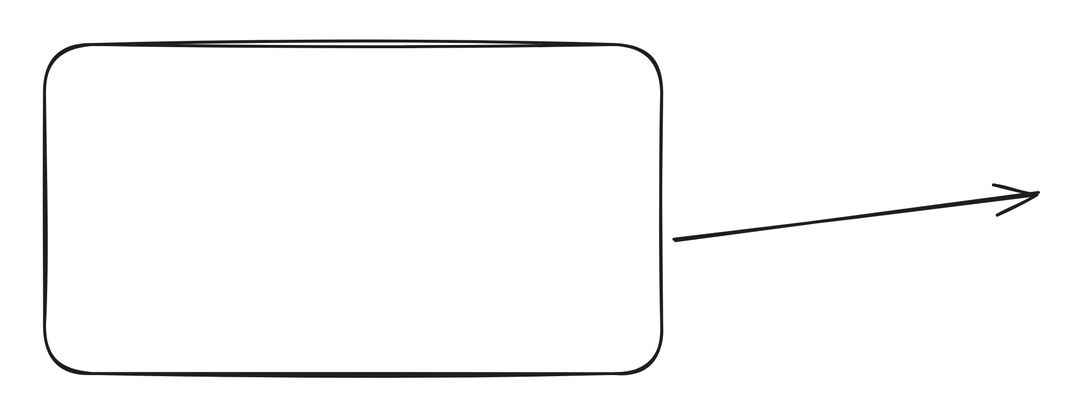
greyshell/red_diary keeps this Excalidraw diagram as .gitbook/assets/file.excalidraw.svg. Above is the earlier version. Source tidied: one line per element, renumbered; positions are measured from the earlier drawing's top-left corner, leaving out a move shared by most shapes.
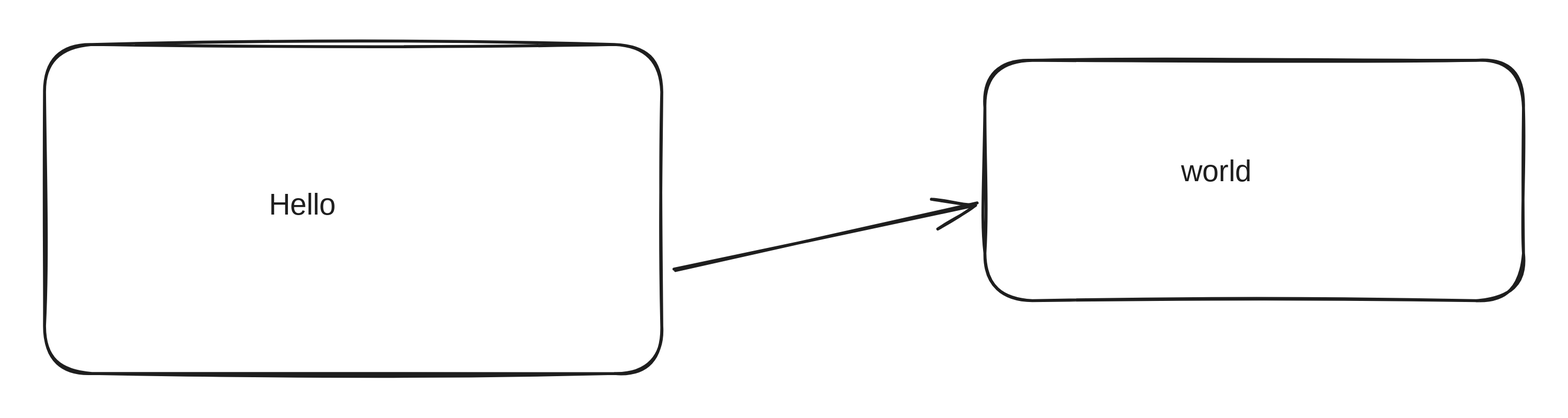
Above is the later version.

Commit message:
GITBOOK-24: change request with no subject merged in GitBook

Diff of the diagram source:
```diff
@@ -1,2 +1,5 @@
-{"id": 0, "type": "rectangle", "strokeColor": "#1e1e1e", "strokeWidth": 2, "roughness": 1, "round": true, "x": 0, "y": 0, "width": 417, "height": 222}
+{"id": 0, "type": "rectangle", "strokeColor": "#1e1e1e", "strokeWidth": 2, "roughness": 1, "round": true, "x": -137, "y": -66, "width": 417, "height": 222}
-{"id": 1, "type": "arrow", "strokeColor": "#1e1e1e", "strokeWidth": 2, "roughness": 1, "endArrowhead": "arrow", "round": true, "from": 0, "x": 425, "y": 132, "width": 246, "height": 32, "points": [[0, 0], [246, -32]]}
+{"id": 1, "type": "arrow", "strokeColor": "#1e1e1e", "strokeWidth": 2, "roughness": 1, "endArrowhead": "arrow", "round": true, "from": 0, "to": 3, "x": 288, "y": 86, "width": 205, "height": 45, "points": [[0, 0], [205, -45]]}
+{"id": 2, "type": "text", "text": "Hello", "strokeColor": "#1e1e1e", "strokeWidth": 2, "roughness": 1, "fontSize": 20, "fontFamily": 1, "x": 14, "y": 30, "width": 44, "height": 25}
+{"id": 3, "type": "rectangle", "strokeColor": "#1e1e1e", "strokeWidth": 2, "roughness": 1, "round": true, "x": 497, "y": -56, "width": 363, "height": 162}
+{"id": 4, "type": "text", "text": "world", "strokeColor": "#1e1e1e", "strokeWidth": 2, "roughness": 1, "fontSize": 20, "fontFamily": 1, "x": 630, "y": 7, "width": 48, "height": 25}
```
